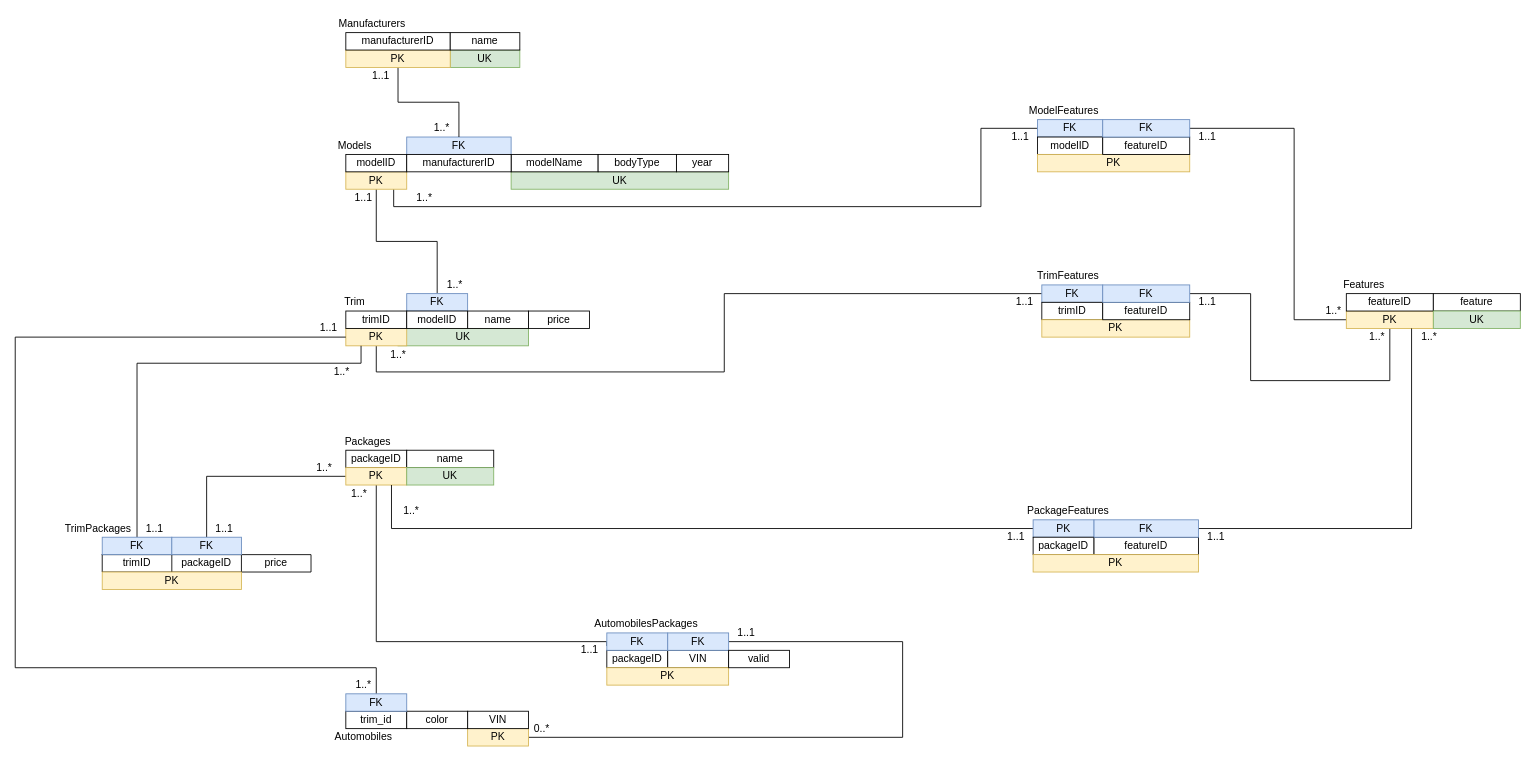
Above: page "Scheme" (2 of 2) of Project 2.drawio in AnthraciteData/CECS-323- (draw.io), before the change. Source tidied: cells renumbered, new cells numbered last; positions are measured from the earlier drawing's top-left corner, leaving out a move shared by most shapes. Both pictures are drawn from the tidied source at 87%, with x=0, y=0 at pixel (15, 15).
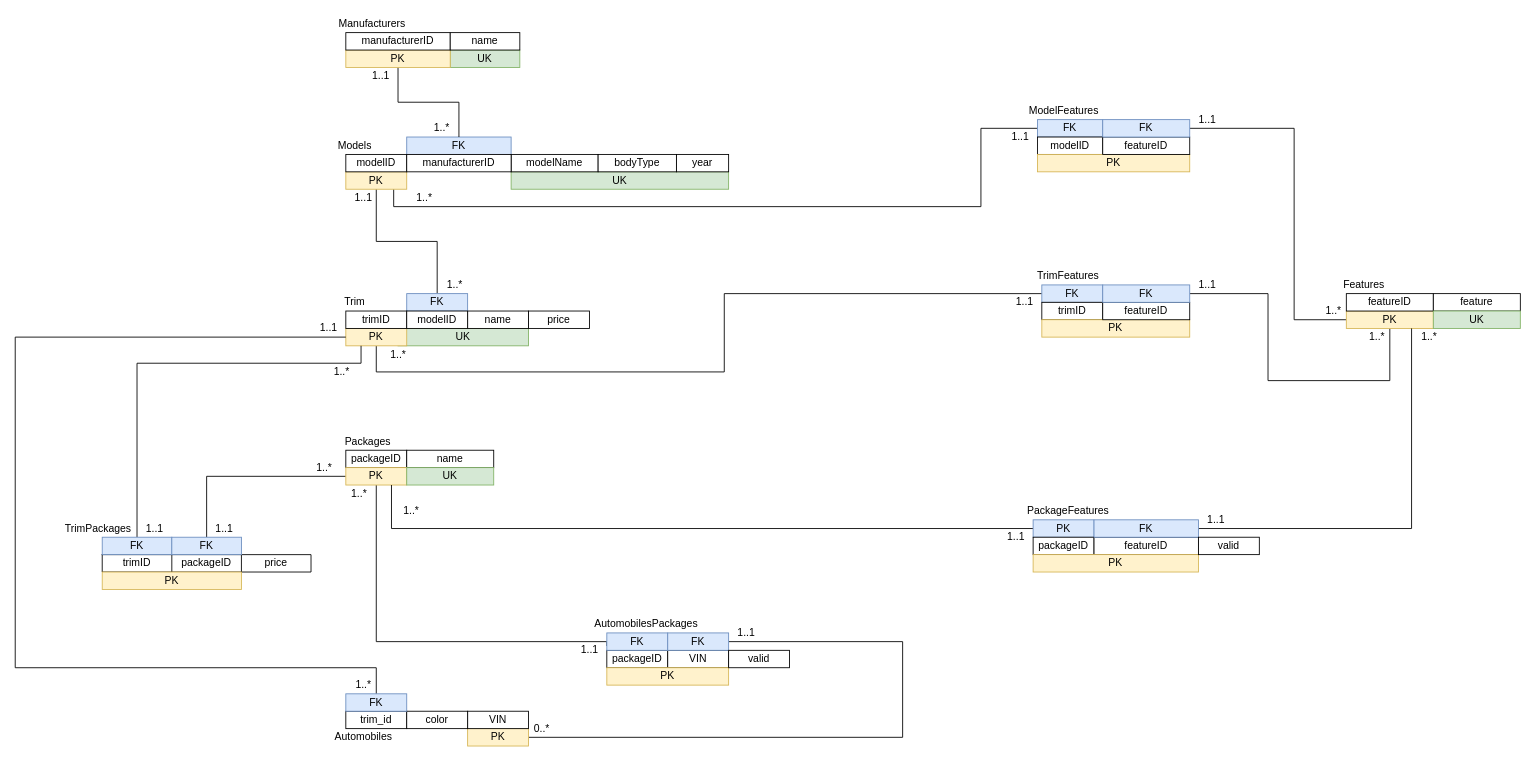
After the change.

Unchanged cells that the change refers to:
```xml
<mxCell id="78" value="PK" style="whiteSpace=wrap;html=1;fillColor=#fff2cc;strokeColor=#d6b656;" parent="1" vertex="1">
  <mxGeometry x="1530" y="340" width="100" height="20" as="geometry" />
</mxCell>
<mxCell id="82" value="FK" style="whiteSpace=wrap;html=1;fillColor=#dae8fc;strokeColor=#6c8ebf;" parent="1" vertex="1">
  <mxGeometry x="1250" y="310" width="100" height="20" as="geometry" />
</mxCell>
```

The edit, as a diff of the source:
```diff
@@
     <mxCell id="76" style="edgeStyle=orthogonalEdgeStyle;rounded=0;jettySize=auto;html=1;entryX=1;entryY=0.5;entryDx=0;entryDy=0;endArrow=none;endFill=0;" parent="1" edge="1" source="78" target="82">
       <mxGeometry relative="1" as="geometry">
         <Array as="points">
           <mxPoint x="1580" y="420" />
-          <mxPoint x="1420" y="420" />
-          <mxPoint x="1420" y="320" />
+          <mxPoint x="1440" y="420" />
+          <mxPoint x="1440" y="320" />
         </Array>
       </mxGeometry>
     </mxCell>
@@
     <mxCell id="88" value="1..1" style="text;html=1;align=center;verticalAlign=middle;strokeColor=none;fillColor=none;" parent="1" vertex="1">
-      <mxGeometry x="1360" y="590" width="40" height="20" as="geometry" />
+      <mxGeometry x="1360" y="570" width="40" height="20" as="geometry" />
     </mxCell>
@@
     <mxCell id="90" value="1..1" style="text;html=1;align=center;verticalAlign=middle;strokeColor=none;fillColor=none;" parent="1" vertex="1">
-      <mxGeometry x="1350" y="320" width="40" height="20" as="geometry" />
+      <mxGeometry x="1350" y="300" width="40" height="20" as="geometry" />
     </mxCell>
@@
     <mxCell id="92" value="1..1" style="text;html=1;align=center;verticalAlign=middle;strokeColor=none;fillColor=none;" parent="1" vertex="1">
-      <mxGeometry x="1350" y="130" width="40" height="20" as="geometry" />
+      <mxGeometry x="1350" y="110" width="40" height="20" as="geometry" />
     </mxCell>
@@
+    <mxCell id="113" value="valid" style="whiteSpace=wrap;html=1;" parent="1" vertex="1">
+      <mxGeometry x="1360" y="600" width="70" height="20" as="geometry" />
+    </mxCell>
```
